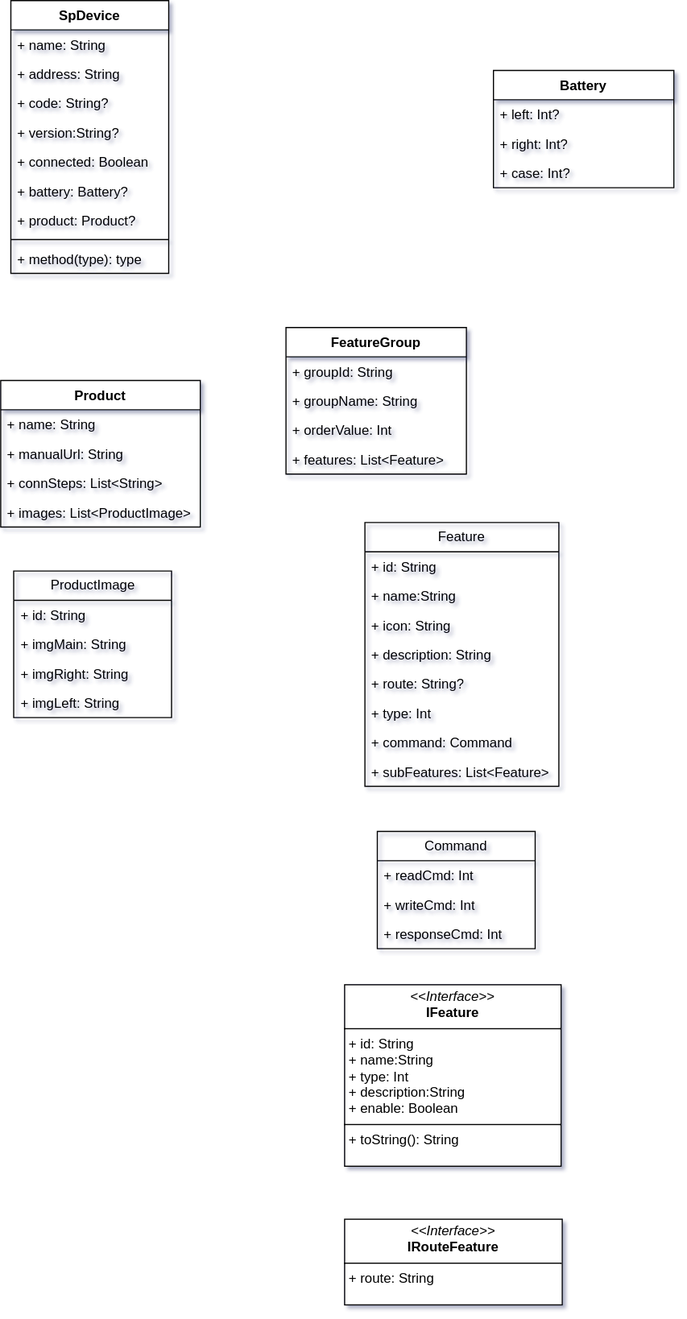
This is 未命名绘图.drawio.svg from kekemao00/draw-libs, a draw.io export, as it was before one commit. Source tidied: cells renumbered, new cells last; positions are measured from the earlier drawing's top-left corner, leaving out a move shared by most shapes.
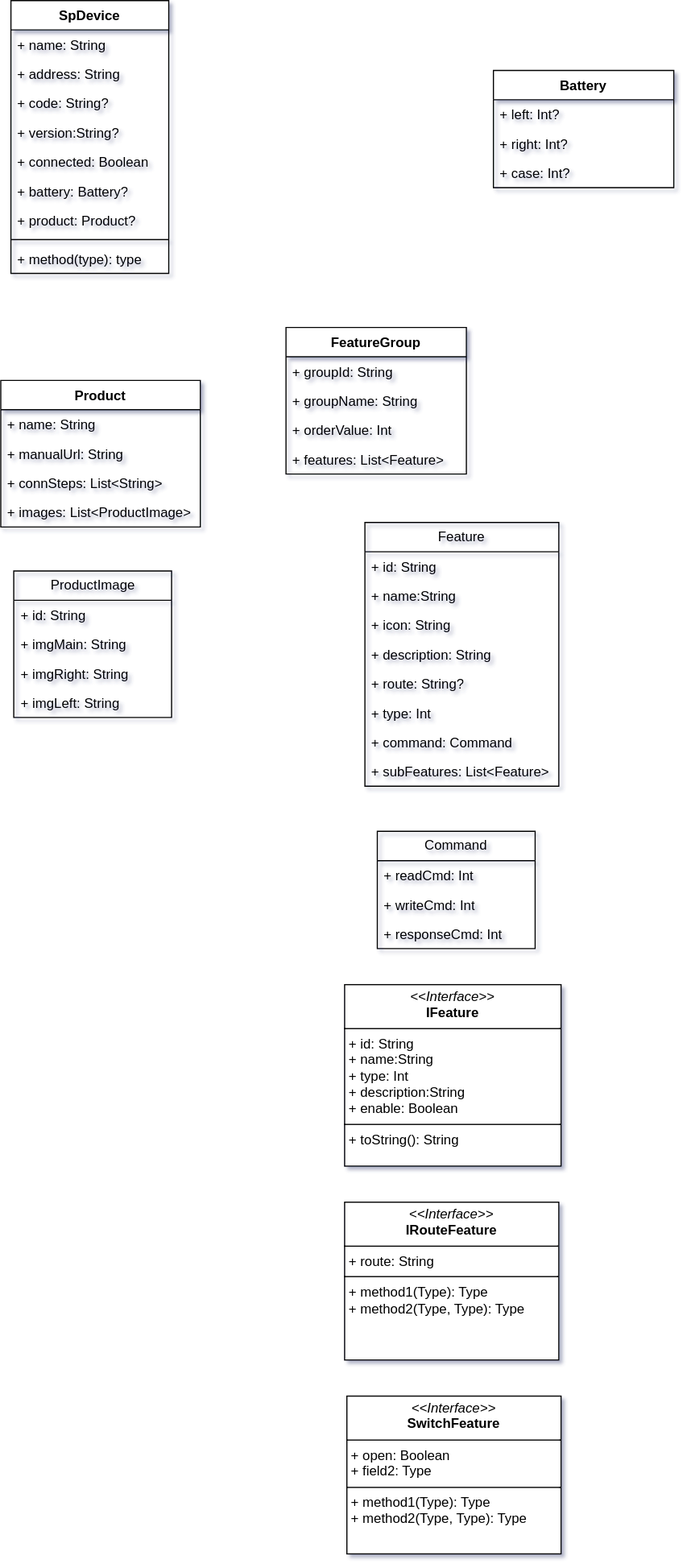
The same diagram one commit later.

Commit message:
更新未命名绘图.drawio.svg

Change to the diagram source:
```diff
@@ -131,8 +131,11 @@
     <mxCell id="44" value="&lt;p style=&quot;margin:0px;margin-top:4px;text-align:center;&quot;&gt;&lt;i&gt;&amp;lt;&amp;lt;Interface&amp;gt;&amp;gt;&lt;/i&gt;&lt;br&gt;&lt;b&gt;IFeature&lt;/b&gt;&lt;/p&gt;&lt;hr size=&quot;1&quot; style=&quot;border-style:solid;&quot;&gt;&lt;p style=&quot;margin:0px;margin-left:4px;&quot;&gt;+ id: String&lt;br&gt;+ name:String&lt;br&gt;+ type: Int&lt;br&gt;+ description:String&lt;br&gt;+&amp;nbsp;enable: Boolean&lt;/p&gt;&lt;hr size=&quot;1&quot; style=&quot;border-style:solid;&quot;&gt;&lt;p style=&quot;margin:0px;margin-left:4px;&quot;&gt;+ toString(): String&lt;br&gt;&lt;/p&gt;" style="verticalAlign=top;align=left;overflow=fill;html=1;whiteSpace=wrap;" parent="1" vertex="1">
       <mxGeometry x="305" y="873" width="192" height="161" as="geometry" />
     </mxCell>
-    <mxCell id="45" value="&lt;p style=&quot;margin:0px;margin-top:4px;text-align:center;&quot;&gt;&lt;i&gt;&amp;lt;&amp;lt;Interface&amp;gt;&amp;gt;&lt;/i&gt;&lt;br&gt;&lt;b&gt;IRouteFeature&lt;/b&gt;&lt;/p&gt;&lt;hr size=&quot;1&quot; style=&quot;border-style:solid;&quot;&gt;&lt;p style=&quot;margin:0px;margin-left:4px;&quot;&gt;+ route: String&lt;/p&gt;" style="verticalAlign=top;align=left;overflow=fill;html=1;whiteSpace=wrap;" parent="1" vertex="1">
-      <mxGeometry x="305" y="1081" width="193" height="76" as="geometry" />
-    </mxCell>
+    <mxCell id="46" value="&lt;p style=&quot;margin:0px;margin-top:4px;text-align:center;&quot;&gt;&lt;i&gt;&amp;lt;&amp;lt;Interface&amp;gt;&amp;gt;&lt;/i&gt;&lt;br&gt;&lt;b&gt;SwitchFeature&lt;/b&gt;&lt;/p&gt;&lt;hr size=&quot;1&quot; style=&quot;border-style:solid;&quot;&gt;&lt;p style=&quot;margin:0px;margin-left:4px;&quot;&gt;+ open: Boolean&lt;br&gt;+ field2: Type&lt;/p&gt;&lt;hr size=&quot;1&quot; style=&quot;border-style:solid;&quot;&gt;&lt;p style=&quot;margin:0px;margin-left:4px;&quot;&gt;+ method1(Type): Type&lt;br&gt;+ method2(Type, Type): Type&lt;/p&gt;" style="verticalAlign=top;align=left;overflow=fill;html=1;whiteSpace=wrap;" parent="1" vertex="1">
+      <mxGeometry x="307" y="1238" width="190" height="140" as="geometry" />
+    </mxCell>
+    <mxCell id="47" value="&lt;p style=&quot;margin:0px;margin-top:4px;text-align:center;&quot;&gt;&lt;i&gt;&amp;lt;&amp;lt;Interface&amp;gt;&amp;gt;&lt;/i&gt;&lt;br&gt;&lt;b&gt;IRouteFeature&lt;/b&gt;&lt;/p&gt;&lt;hr size=&quot;1&quot; style=&quot;border-style:solid;&quot;&gt;&lt;p style=&quot;margin:0px;margin-left:4px;&quot;&gt;+ route: String&lt;/p&gt;&lt;hr size=&quot;1&quot; style=&quot;border-style:solid;&quot;&gt;&lt;p style=&quot;margin:0px;margin-left:4px;&quot;&gt;+ method1(Type): Type&lt;br&gt;+ method2(Type, Type): Type&lt;/p&gt;" style="verticalAlign=top;align=left;overflow=fill;html=1;whiteSpace=wrap;" parent="1" vertex="1">
+      <mxGeometry x="305" y="1066" width="190" height="140" as="geometry" />
+    </mxCell>
   </root>
 </mxGraphModel>
```
